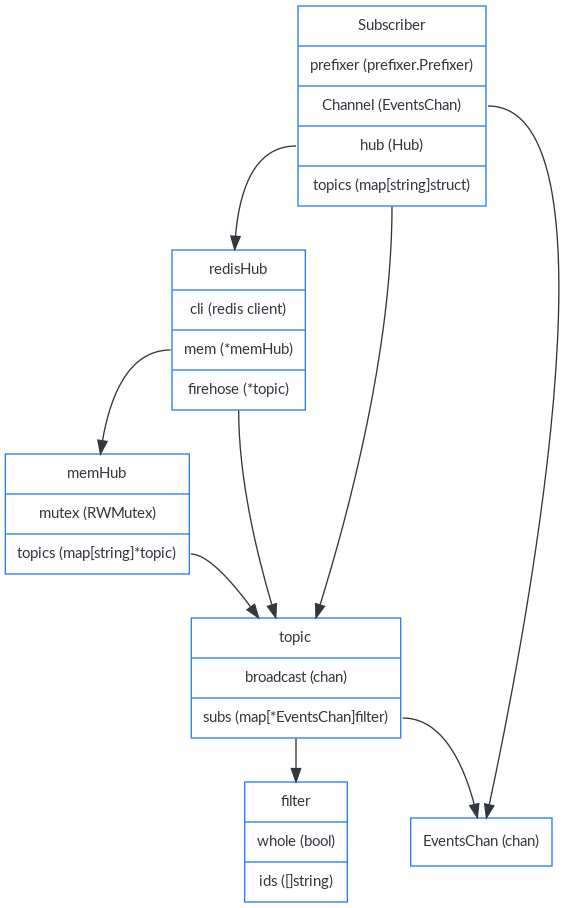
This is en/cozy-stack/diagrams/realtime-model.png from cozy/cozy.github.io, a Graphviz export, as it was before one commit. Its source is kept beside it as en/cozy-stack/diagrams/realtime-model.gv. The source it was exported from:
```dot
digraph realtime {
	graph [splines=true];
	node [shape="box", fontname="lato", fontsize=11, margin=0.12, color="#297EF2", fontcolor="#32363F"];
	edge [color="#32363F"];
	ranksep=0.45; nodesep=0.6;

	sub [label="{<0>Subscriber|<1>prefixer (prefixer.Prefixer)|<2>Channel (EventsChan)|<3>hub (Hub)|<4>topics (map[string]struct)}", shape="record"]
	redisHub [label="{<0>redisHub|<1>cli (redis client)|<2>mem (*memHub)|<3>firehose (*topic)}", shape="record"];
	memHub [label="{<0>memHub|<1>mutex (RWMutex)|<2>topics (map[string]*topic)}", shape="record"]
	topic [label="{<0>topic|<1>broadcast (chan)|<2>subs (map[*EventsChan]filter)}", shape="record"];
	memSub [label="{<0>EventsChan (chan)}", shape="record"]
	filter [label="{<0>filter|<1>whole (bool)|<2>ids ([]string)}", shape="record"]

	sub:2 -> memSub;
	sub:3 -> redisHub;
	sub:4 -> topic;
	redisHub:2 -> memHub;
	redisHub:3 -> topic;
	memHub:2 -> topic;
	topic:2 -> memSub;
	topic:2 -> filter;
}
```
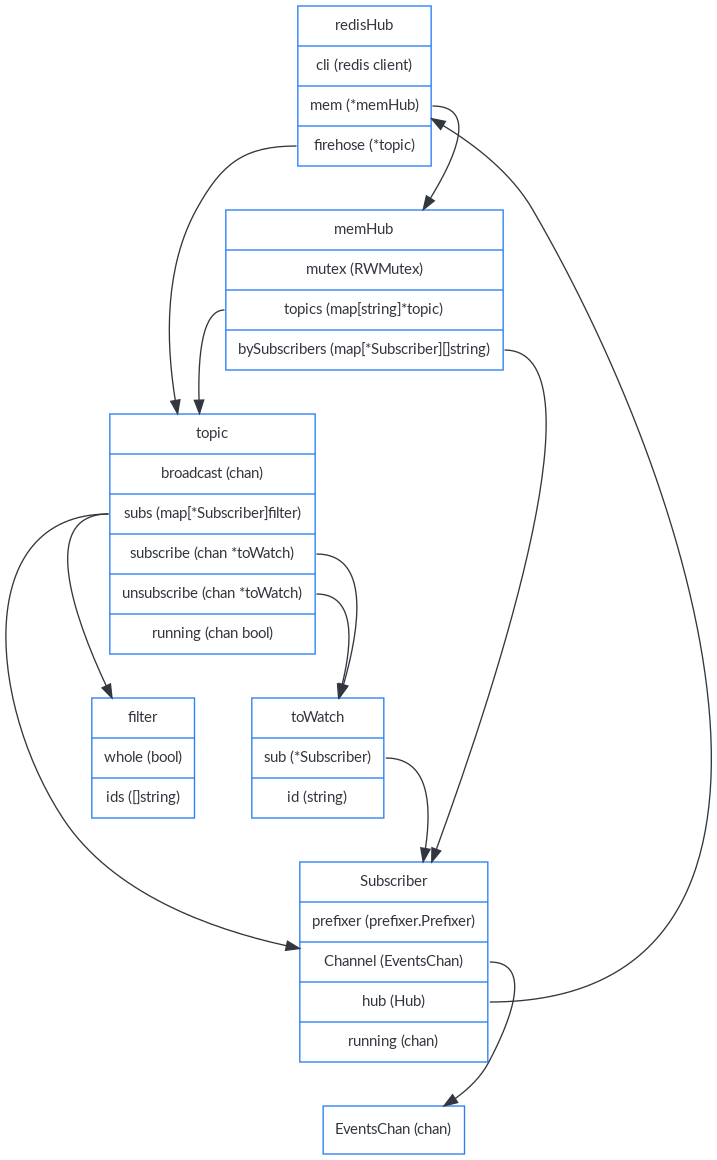
Later version of the same file.

Diff of the diagram source:
```diff
@@ -4,19 +4,23 @@
 	edge [color="#32363F"];
 	ranksep=0.45; nodesep=0.6;
 
-	sub [label="{<0>Subscriber|<1>prefixer (prefixer.Prefixer)|<2>Channel (EventsChan)|<3>hub (Hub)|<4>topics (map[string]struct)}", shape="record"]
 	redisHub [label="{<0>redisHub|<1>cli (redis client)|<2>mem (*memHub)|<3>firehose (*topic)}", shape="record"];
-	memHub [label="{<0>memHub|<1>mutex (RWMutex)|<2>topics (map[string]*topic)}", shape="record"]
-	topic [label="{<0>topic|<1>broadcast (chan)|<2>subs (map[*EventsChan]filter)}", shape="record"];
+	memHub [label="{<0>memHub|<1>mutex (RWMutex)|<2>topics (map[string]*topic)|<3>bySubscribers (map[*Subscriber][]string)}", shape="record"]
+	topic [label="{<0>topic|<1>broadcast (chan)|<2>subs (map[*Subscriber]filter)|<3>subscribe (chan *toWatch)|<4>unsubscribe (chan *toWatch)|<5>running (chan bool)}", shape="record"];
+	sub [label="{<0>Subscriber|<1>prefixer (prefixer.Prefixer)|<2>Channel (EventsChan)|<3>hub (Hub)|<4>running (chan)}", shape="record"]
 	memSub [label="{<0>EventsChan (chan)}", shape="record"]
 	filter [label="{<0>filter|<1>whole (bool)|<2>ids ([]string)}", shape="record"]
+	toWatch [label="{<0>toWatch|<1>sub (*Subscriber)|<2>id (string)}", shape="record"]
 
 	sub:2 -> memSub;
 	sub:3 -> redisHub;
-	sub:4 -> topic;
 	redisHub:2 -> memHub;
 	redisHub:3 -> topic;
 	memHub:2 -> topic;
-	topic:2 -> memSub;
+	memHub:3 -> sub;
+	topic:2 -> sub;
 	topic:2 -> filter;
+	topic:3 -> toWatch;
+	topic:4 -> toWatch;
+	toWatch:1 -> sub;
 }
```
